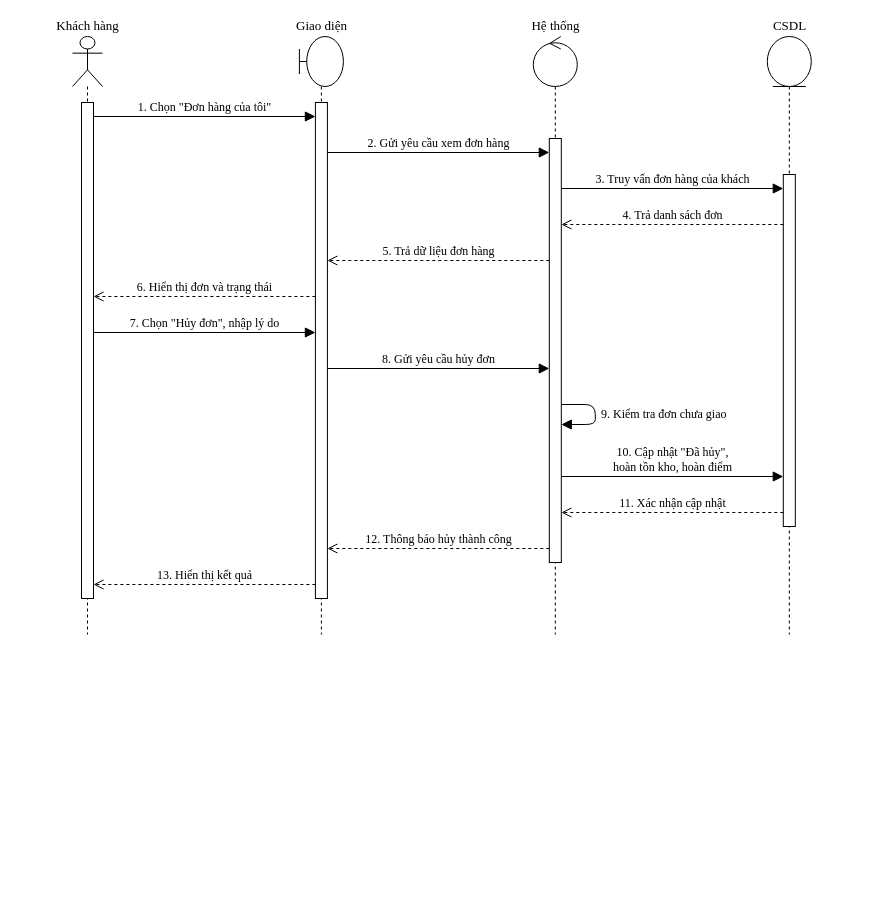
Earlier version of the draw.io diagram docs/drawio/tuan-tu-don-gian/sd04-huy-don.drawio (ngocanh82205/Hieuthuoc). Source tidied: cells renumbered, new cells numbered last; positions are measured from the earlier drawing's top-left corner, leaving out a move shared by most shapes. Both pictures are drawn from the tidied source at 100%, with x=0, y=0 at pixel (72, 36).
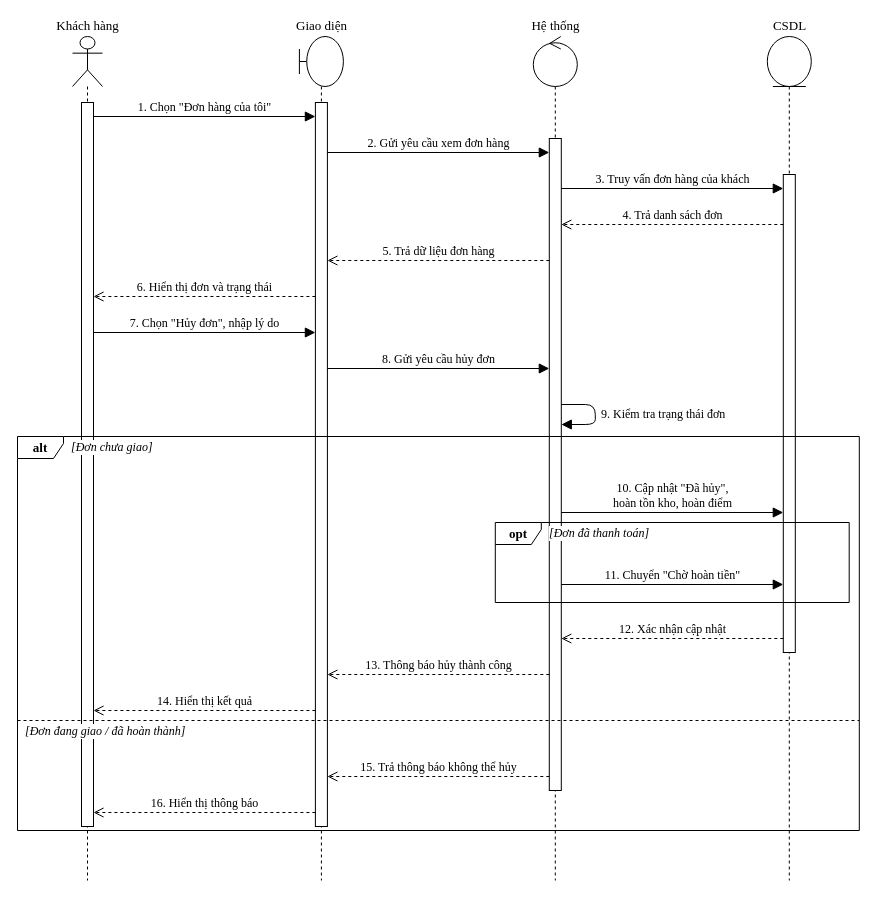
The same diagram, later.

The edit, as a diff of the source:
```diff
@@
     <mxCell id="2" value="Khách hàng" style="shape=umlLifeline;perimeter=lifelinePerimeter;participant=umlActor;whiteSpace=nowrap;html=1;verticalAlign=bottom;labelPosition=center;verticalLabelPosition=top;align=center;size=50;fontFamily=Times New Roman;fontSize=13;fillColor=#ffffff;strokeColor=#000000;" parent="1" vertex="1">
-      <mxGeometry width="30" height="598" as="geometry" />
+      <mxGeometry width="30" height="844" as="geometry" />
     </mxCell>
     <mxCell id="3" value="Giao diện" style="shape=umlLifeline;perimeter=lifelinePerimeter;participant=umlBoundary;whiteSpace=nowrap;html=1;verticalAlign=bottom;labelPosition=center;verticalLabelPosition=top;align=center;size=50;fontFamily=Times New Roman;fontSize=13;fillColor=#ffffff;strokeColor=#000000;" parent="1" vertex="1">
-      <mxGeometry x="226.9" width="44" height="598" as="geometry" />
+      <mxGeometry x="226.9" width="44" height="844" as="geometry" />
     </mxCell>
     <mxCell id="4" value="Hệ thống" style="shape=umlLifeline;perimeter=lifelinePerimeter;participant=umlControl;whiteSpace=nowrap;html=1;verticalAlign=bottom;labelPosition=center;verticalLabelPosition=top;align=center;size=50;fontFamily=Times New Roman;fontSize=13;fillColor=#ffffff;strokeColor=#000000;" parent="1" vertex="1">
-      <mxGeometry x="460.8" width="44" height="598" as="geometry" />
+      <mxGeometry x="460.8" width="44" height="844" as="geometry" />
     </mxCell>
     <mxCell id="5" value="CSDL" style="shape=umlLifeline;perimeter=lifelinePerimeter;participant=umlEntity;whiteSpace=nowrap;html=1;verticalAlign=bottom;labelPosition=center;verticalLabelPosition=top;align=center;size=50;fontFamily=Times New Roman;fontSize=13;fillColor=#ffffff;strokeColor=#000000;" parent="1" vertex="1">
-      <mxGeometry x="694.8" width="44" height="598" as="geometry" />
+      <mxGeometry x="694.8" width="44" height="844" as="geometry" />
     </mxCell>
     <mxCell id="6" style="html=1;perimeter=orthogonalPerimeter;fillColor=#ffffff;strokeColor=#000000;" parent="1" vertex="1">
-      <mxGeometry x="9" y="66" width="12" height="496" as="geometry" />
+      <mxGeometry x="9" y="66" width="12" height="724" as="geometry" />
     </mxCell>
     <mxCell id="7" style="html=1;perimeter=orthogonalPerimeter;fillColor=#ffffff;strokeColor=#000000;" parent="1" vertex="1">
-      <mxGeometry x="242.9" y="66" width="12" height="496" as="geometry" />
+      <mxGeometry x="242.9" y="66" width="12" height="724" as="geometry" />
     </mxCell>
     <mxCell id="8" style="html=1;perimeter=orthogonalPerimeter;fillColor=#ffffff;strokeColor=#000000;" parent="1" vertex="1">
-      <mxGeometry x="476.8" y="102" width="12" height="424" as="geometry" />
+      <mxGeometry x="476.8" y="102" width="12" height="652" as="geometry" />
     </mxCell>
     <mxCell id="9" style="html=1;perimeter=orthogonalPerimeter;fillColor=#ffffff;strokeColor=#000000;" parent="1" vertex="1">
-      <mxGeometry x="710.8" y="138" width="12" height="352" as="geometry" />
+      <mxGeometry x="710.8" y="138" width="12" height="478" as="geometry" />
     </mxCell>
-    <mxCell id="10" value="1. Chọn &quot;Đơn hàng của tôi&quot;" style="html=1;verticalAlign=bottom;fontFamily=Times New Roman;fontSize=13;fontSize=12;strokeColor=#000000;labelBackgroundColor=#ffffff;endArrow=block;endFill=1;endSize=8;" parent="1" edge="1">
-      <mxGeometry relative="1" as="geometry">
-        <mxPoint x="21" y="80" as="sourcePoint" />
-        <mxPoint x="242.9" y="80" as="targetPoint" />
-      </mxGeometry>
-    </mxCell>
-    <mxCell id="11" value="2. Gửi yêu cầu xem đơn hàng" style="html=1;verticalAlign=bottom;fontFamily=Times New Roman;fontSize=13;fontSize=12;strokeColor=#000000;labelBackgroundColor=#ffffff;endArrow=block;endFill=1;endSize=8;" parent="1" edge="1">
-      <mxGeometry relative="1" as="geometry">
-        <mxPoint x="254.9" y="116" as="sourcePoint" />
-        <mxPoint x="476.8" y="116" as="targetPoint" />
-      </mxGeometry>
-    </mxCell>
-    <mxCell id="12" value="3. Truy vấn đơn hàng của khách" style="html=1;verticalAlign=bottom;fontFamily=Times New Roman;fontSize=13;fontSize=12;strokeColor=#000000;labelBackgroundColor=#ffffff;endArrow=block;endFill=1;endSize=8;" parent="1" edge="1">
-      <mxGeometry relative="1" as="geometry">
-        <mxPoint x="488.8" y="152" as="sourcePoint" />
-        <mxPoint x="710.8" y="152" as="targetPoint" />
-      </mxGeometry>
-    </mxCell>
-    <mxCell id="13" value="4. Trả danh sách đơn" style="html=1;verticalAlign=bottom;fontFamily=Times New Roman;fontSize=13;fontSize=12;strokeColor=#000000;labelBackgroundColor=#ffffff;dashed=1;endArrow=open;endSize=8;" parent="1" edge="1">
-      <mxGeometry relative="1" as="geometry">
-        <mxPoint x="710.8" y="188" as="sourcePoint" />
-        <mxPoint x="488.8" y="188" as="targetPoint" />
-      </mxGeometry>
-    </mxCell>
+    <mxCell id="23" value="opt" style="shape=umlFrame;whiteSpace=wrap;html=1;width=46;height=22;fontStyle=1;fontFamily=Times New Roman;fontSize=13;strokeColor=#000000;fillColor=none;" parent="1" vertex="1">
+      <mxGeometry x="422.8" y="486" width="353.9" height="80" as="geometry" />
+    </mxCell>
+    <mxCell id="24" value="[Đơn đã thanh toán]" style="text;html=1;align=left;verticalAlign=middle;fontFamily=Times New Roman;fontSize=13;fontSize=12;fontStyle=2;labelBackgroundColor=#ffffff;" parent="1" vertex="1">
+      <mxGeometry x="474.8" y="487" width="154.3" height="20" as="geometry" />
+    </mxCell>
+    <mxCell id="25" value="alt" style="shape=umlFrame;whiteSpace=wrap;html=1;width=46;height=22;fontStyle=1;fontFamily=Times New Roman;fontSize=13;strokeColor=#000000;fillColor=none;" parent="1" vertex="1">
+      <mxGeometry x="-55" y="400" width="841.8" height="394" as="geometry" />
+    </mxCell>
+    <mxCell id="26" value="[Đơn chưa giao]" style="text;html=1;align=left;verticalAlign=middle;fontFamily=Times New Roman;fontSize=13;fontSize=12;fontStyle=2;labelBackgroundColor=#ffffff;" parent="1" vertex="1">
+      <mxGeometry x="-3" y="401" width="126.5" height="20" as="geometry" />
+    </mxCell>
-    <mxCell id="14" value="5. Trả dữ liệu đơn hàng" style="html=1;verticalAlign=bottom;fontFamily=Times New Roman;fontSize=13;fontSize=12;strokeColor=#000000;labelBackgroundColor=#ffffff;dashed=1;endArrow=open;endSize=8;" parent="1" edge="1">
+    <mxCell id="14" style="html=1;endArrow=none;dashed=1;strokeColor=#000000;" parent="1" edge="1">
       <mxGeometry relative="1" as="geometry">
-        <mxPoint x="476.8" y="224" as="sourcePoint" />
-        <mxPoint x="254.9" y="224" as="targetPoint" />
+        <mxPoint x="-55" y="684" as="sourcePoint" />
+        <mxPoint x="786.8" y="684" as="targetPoint" />
       </mxGeometry>
     </mxCell>
-    <mxCell id="15" value="6. Hiển thị đơn và trạng thái" style="html=1;verticalAlign=bottom;fontFamily=Times New Roman;fontSize=13;fontSize=12;strokeColor=#000000;labelBackgroundColor=#ffffff;dashed=1;endArrow=open;endSize=8;" parent="1" edge="1">
-      <mxGeometry relative="1" as="geometry">
-        <mxPoint x="242.9" y="260" as="sourcePoint" />
-        <mxPoint x="21" y="260" as="targetPoint" />
-      </mxGeometry>
-    </mxCell>
+    <mxCell id="27" value="[Đơn đang giao / đã hoàn thành]" style="text;html=1;align=left;verticalAlign=middle;fontFamily=Times New Roman;fontSize=13;fontSize=12;fontStyle=2;labelBackgroundColor=#ffffff;" parent="1" vertex="1">
+      <mxGeometry x="-49" y="685" width="237.8" height="20" as="geometry" />
+    </mxCell>
-    <mxCell id="16" value="7. Chọn &quot;Hủy đơn&quot;, nhập lý do" style="html=1;verticalAlign=bottom;fontFamily=Times New Roman;fontSize=13;fontSize=12;strokeColor=#000000;labelBackgroundColor=#ffffff;endArrow=block;endFill=1;endSize=8;" parent="1" edge="1">
+    <mxCell id="16" value="1. Chọn &quot;Đơn hàng của tôi&quot;" style="html=1;verticalAlign=bottom;fontFamily=Times New Roman;fontSize=13;fontSize=12;strokeColor=#000000;labelBackgroundColor=#ffffff;endArrow=block;endFill=1;endSize=8;" parent="1" edge="1">
       <mxGeometry relative="1" as="geometry">
-        <mxPoint x="21" y="296" as="sourcePoint" />
-        <mxPoint x="242.9" y="296" as="targetPoint" />
+        <mxPoint x="21" y="80" as="sourcePoint" />
+        <mxPoint x="242.9" y="80" as="targetPoint" />
       </mxGeometry>
     </mxCell>
-    <mxCell id="17" value="8. Gửi yêu cầu hủy đơn" style="html=1;verticalAlign=bottom;fontFamily=Times New Roman;fontSize=13;fontSize=12;strokeColor=#000000;labelBackgroundColor=#ffffff;endArrow=block;endFill=1;endSize=8;" parent="1" edge="1">
+    <mxCell id="17" value="2. Gửi yêu cầu xem đơn hàng" style="html=1;verticalAlign=bottom;fontFamily=Times New Roman;fontSize=13;fontSize=12;strokeColor=#000000;labelBackgroundColor=#ffffff;endArrow=block;endFill=1;endSize=8;" parent="1" edge="1">
       <mxGeometry relative="1" as="geometry">
-        <mxPoint x="254.9" y="332" as="sourcePoint" />
-        <mxPoint x="476.8" y="332" as="targetPoint" />
+        <mxPoint x="254.9" y="116" as="sourcePoint" />
+        <mxPoint x="476.8" y="116" as="targetPoint" />
       </mxGeometry>
     </mxCell>
-    <mxCell id="18" value="9. Kiểm tra đơn chưa giao" style="html=1;verticalAlign=middle;fontFamily=Times New Roman;fontSize=13;fontSize=12;strokeColor=#000000;labelBackgroundColor=#ffffff;endArrow=block;endFill=1;endSize=8;align=left;spacingLeft=4;" parent="1" edge="1">
+    <mxCell id="18" value="3. Truy vấn đơn hàng của khách" style="html=1;verticalAlign=bottom;fontFamily=Times New Roman;fontSize=13;fontSize=12;strokeColor=#000000;labelBackgroundColor=#ffffff;endArrow=block;endFill=1;endSize=8;" parent="1" edge="1">
       <mxGeometry relative="1" as="geometry">
-        <mxPoint x="488.8" y="368" as="sourcePoint" />
-        <mxPoint x="488.8" y="388" as="targetPoint" />
-        <Array as="points">
-          <mxPoint x="522.8" y="368" />
-          <mxPoint x="522.8" y="388" />
-        </Array>
+        <mxPoint x="488.8" y="152" as="sourcePoint" />
+        <mxPoint x="710.8" y="152" as="targetPoint" />
       </mxGeometry>
     </mxCell>
-    <mxCell id="19" value="10. Cập nhật &quot;Đã hủy&quot;,&lt;br&gt;hoàn tồn kho, hoàn điểm" style="html=1;verticalAlign=bottom;fontFamily=Times New Roman;fontSize=13;fontSize=12;strokeColor=#000000;labelBackgroundColor=#ffffff;endArrow=block;endFill=1;endSize=8;" parent="1" edge="1">
+    <mxCell id="19" value="4. Trả danh sách đơn" style="html=1;verticalAlign=bottom;fontFamily=Times New Roman;fontSize=13;fontSize=12;strokeColor=#000000;labelBackgroundColor=#ffffff;dashed=1;endArrow=open;endSize=8;" parent="1" edge="1">
       <mxGeometry relative="1" as="geometry">
-        <mxPoint x="488.8" y="440" as="sourcePoint" />
-        <mxPoint x="710.8" y="440" as="targetPoint" />
+        <mxPoint x="710.8" y="188" as="sourcePoint" />
+        <mxPoint x="488.8" y="188" as="targetPoint" />
       </mxGeometry>
     </mxCell>
-    <mxCell id="20" value="11. Xác nhận cập nhật" style="html=1;verticalAlign=bottom;fontFamily=Times New Roman;fontSize=13;fontSize=12;strokeColor=#000000;labelBackgroundColor=#ffffff;dashed=1;endArrow=open;endSize=8;" parent="1" edge="1">
+    <mxCell id="20" value="5. Trả dữ liệu đơn hàng" style="html=1;verticalAlign=bottom;fontFamily=Times New Roman;fontSize=13;fontSize=12;strokeColor=#000000;labelBackgroundColor=#ffffff;dashed=1;endArrow=open;endSize=8;" parent="1" edge="1">
       <mxGeometry relative="1" as="geometry">
-        <mxPoint x="710.8" y="476" as="sourcePoint" />
-        <mxPoint x="488.8" y="476" as="targetPoint" />
+        <mxPoint x="476.8" y="224" as="sourcePoint" />
+        <mxPoint x="254.9" y="224" as="targetPoint" />
       </mxGeometry>
     </mxCell>
-    <mxCell id="21" value="12. Thông báo hủy thành công" style="html=1;verticalAlign=bottom;fontFamily=Times New Roman;fontSize=13;fontSize=12;strokeColor=#000000;labelBackgroundColor=#ffffff;dashed=1;endArrow=open;endSize=8;" parent="1" edge="1">
+    <mxCell id="21" value="6. Hiển thị đơn và trạng thái" style="html=1;verticalAlign=bottom;fontFamily=Times New Roman;fontSize=13;fontSize=12;strokeColor=#000000;labelBackgroundColor=#ffffff;dashed=1;endArrow=open;endSize=8;" parent="1" edge="1">
       <mxGeometry relative="1" as="geometry">
-        <mxPoint x="476.8" y="512" as="sourcePoint" />
-        <mxPoint x="254.9" y="512" as="targetPoint" />
+        <mxPoint x="242.9" y="260" as="sourcePoint" />
+        <mxPoint x="21" y="260" as="targetPoint" />
       </mxGeometry>
     </mxCell>
-    <mxCell id="22" value="13. Hiển thị kết quả" style="html=1;verticalAlign=bottom;fontFamily=Times New Roman;fontSize=13;fontSize=12;strokeColor=#000000;labelBackgroundColor=#ffffff;dashed=1;endArrow=open;endSize=8;" parent="1" edge="1">
+    <mxCell id="22" value="7. Chọn &quot;Hủy đơn&quot;, nhập lý do" style="html=1;verticalAlign=bottom;fontFamily=Times New Roman;fontSize=13;fontSize=12;strokeColor=#000000;labelBackgroundColor=#ffffff;endArrow=block;endFill=1;endSize=8;" parent="1" edge="1">
       <mxGeometry relative="1" as="geometry">
-        <mxPoint x="242.9" y="548" as="sourcePoint" />
-        <mxPoint x="21" y="548" as="targetPoint" />
+        <mxPoint x="21" y="296" as="sourcePoint" />
+        <mxPoint x="242.9" y="296" as="targetPoint" />
       </mxGeometry>
     </mxCell>
+    <mxCell id="28" value="8. Gửi yêu cầu hủy đơn" style="html=1;verticalAlign=bottom;fontFamily=Times New Roman;fontSize=13;fontSize=12;strokeColor=#000000;labelBackgroundColor=#ffffff;endArrow=block;endFill=1;endSize=8;" parent="1" edge="1">
+      <mxGeometry relative="1" as="geometry">
+        <mxPoint x="254.9" y="332" as="sourcePoint" />
+        <mxPoint x="476.8" y="332" as="targetPoint" />
+      </mxGeometry>
+    </mxCell>
+    <mxCell id="29" value="9. Kiểm tra trạng thái đơn" style="html=1;verticalAlign=middle;fontFamily=Times New Roman;fontSize=13;fontSize=12;strokeColor=#000000;labelBackgroundColor=#ffffff;endArrow=block;endFill=1;endSize=8;align=left;spacingLeft=4;" parent="1" edge="1">
+      <mxGeometry relative="1" as="geometry">
+        <mxPoint x="488.8" y="368" as="sourcePoint" />
+        <mxPoint x="488.8" y="388" as="targetPoint" />
+        <Array as="points">
+          <mxPoint x="522.8" y="368" />
+          <mxPoint x="522.8" y="388" />
+        </Array>
+      </mxGeometry>
+    </mxCell>
+    <mxCell id="30" value="10. Cập nhật &quot;Đã hủy&quot;,&lt;br&gt;hoàn tồn kho, hoàn điểm" style="html=1;verticalAlign=bottom;fontFamily=Times New Roman;fontSize=13;fontSize=12;strokeColor=#000000;labelBackgroundColor=#ffffff;endArrow=block;endFill=1;endSize=8;" parent="1" edge="1">
+      <mxGeometry relative="1" as="geometry">
+        <mxPoint x="488.8" y="476" as="sourcePoint" />
+        <mxPoint x="710.8" y="476" as="targetPoint" />
+      </mxGeometry>
+    </mxCell>
+    <mxCell id="31" value="11. Chuyển &quot;Chờ hoàn tiền&quot;" style="html=1;verticalAlign=bottom;fontFamily=Times New Roman;fontSize=13;fontSize=12;strokeColor=#000000;labelBackgroundColor=#ffffff;endArrow=block;endFill=1;endSize=8;" parent="1" edge="1">
+      <mxGeometry relative="1" as="geometry">
+        <mxPoint x="488.8" y="548" as="sourcePoint" />
+        <mxPoint x="710.8" y="548" as="targetPoint" />
+      </mxGeometry>
+    </mxCell>
+    <mxCell id="32" value="12. Xác nhận cập nhật" style="html=1;verticalAlign=bottom;fontFamily=Times New Roman;fontSize=13;fontSize=12;strokeColor=#000000;labelBackgroundColor=#ffffff;dashed=1;endArrow=open;endSize=8;" parent="1" edge="1">
+      <mxGeometry relative="1" as="geometry">
+        <mxPoint x="710.8" y="602" as="sourcePoint" />
+        <mxPoint x="488.8" y="602" as="targetPoint" />
+      </mxGeometry>
+    </mxCell>
+    <mxCell id="33" value="13. Thông báo hủy thành công" style="html=1;verticalAlign=bottom;fontFamily=Times New Roman;fontSize=13;fontSize=12;strokeColor=#000000;labelBackgroundColor=#ffffff;dashed=1;endArrow=open;endSize=8;" parent="1" edge="1">
+      <mxGeometry relative="1" as="geometry">
+        <mxPoint x="476.8" y="638" as="sourcePoint" />
+        <mxPoint x="254.9" y="638" as="targetPoint" />
+      </mxGeometry>
+    </mxCell>
+    <mxCell id="34" value="14. Hiển thị kết quả" style="html=1;verticalAlign=bottom;fontFamily=Times New Roman;fontSize=13;fontSize=12;strokeColor=#000000;labelBackgroundColor=#ffffff;dashed=1;endArrow=open;endSize=8;" parent="1" edge="1">
+      <mxGeometry relative="1" as="geometry">
+        <mxPoint x="242.9" y="674" as="sourcePoint" />
+        <mxPoint x="21" y="674" as="targetPoint" />
+      </mxGeometry>
+    </mxCell>
+    <mxCell id="35" value="15. Trả thông báo không thể hủy" style="html=1;verticalAlign=bottom;fontFamily=Times New Roman;fontSize=13;fontSize=12;strokeColor=#000000;labelBackgroundColor=#ffffff;dashed=1;endArrow=open;endSize=8;" parent="1" edge="1">
+      <mxGeometry relative="1" as="geometry">
+        <mxPoint x="476.8" y="740" as="sourcePoint" />
+        <mxPoint x="254.9" y="740" as="targetPoint" />
+      </mxGeometry>
+    </mxCell>
+    <mxCell id="36" value="16. Hiển thị thông báo" style="html=1;verticalAlign=bottom;fontFamily=Times New Roman;fontSize=13;fontSize=12;strokeColor=#000000;labelBackgroundColor=#ffffff;dashed=1;endArrow=open;endSize=8;" parent="1" edge="1">
+      <mxGeometry relative="1" as="geometry">
+        <mxPoint x="242.9" y="776" as="sourcePoint" />
+        <mxPoint x="21" y="776" as="targetPoint" />
+      </mxGeometry>
+    </mxCell>
```
